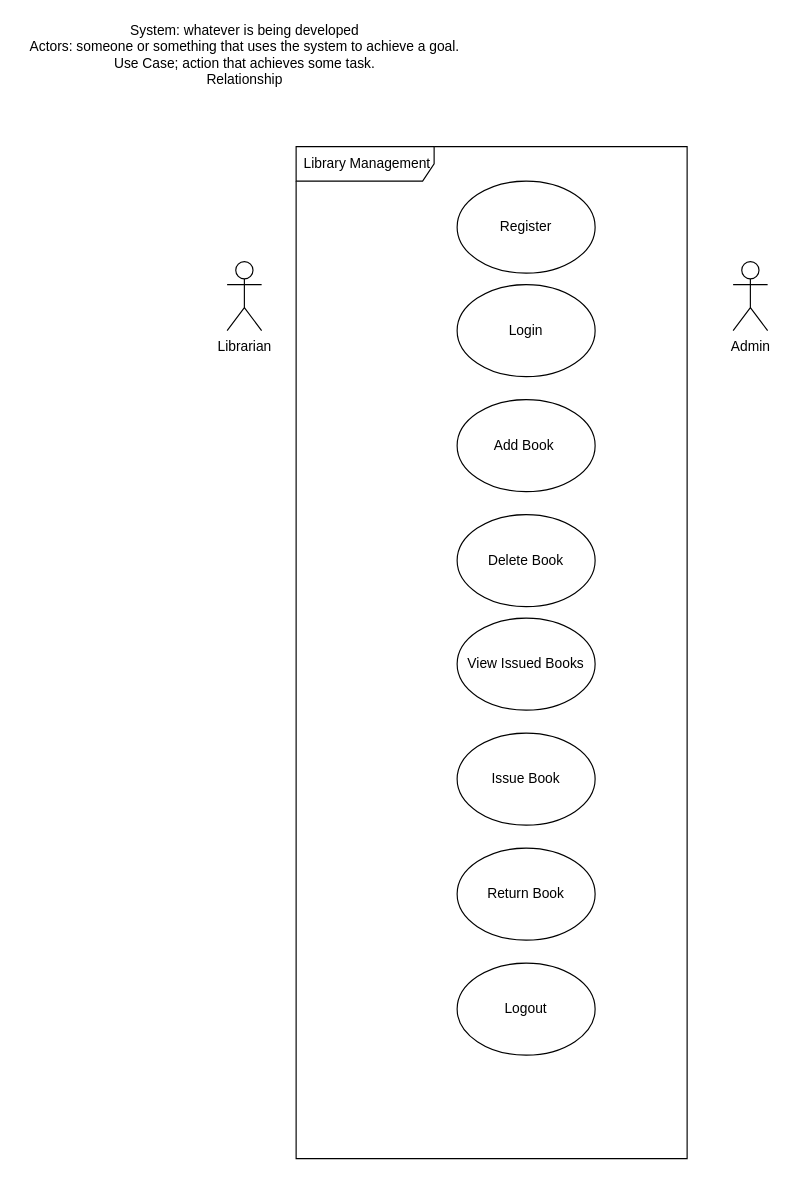
Above: Untitled Diagram.drawio in tummytucker94/Library-Management-Project (draw.io), before the change. Source tidied: cells renumbered, new cells numbered last; positions are measured from the earlier drawing's top-left corner, leaving out a move shared by most shapes. Both pictures are drawn from the tidied source at 115%, with x=0, y=0 at pixel (20, 20).
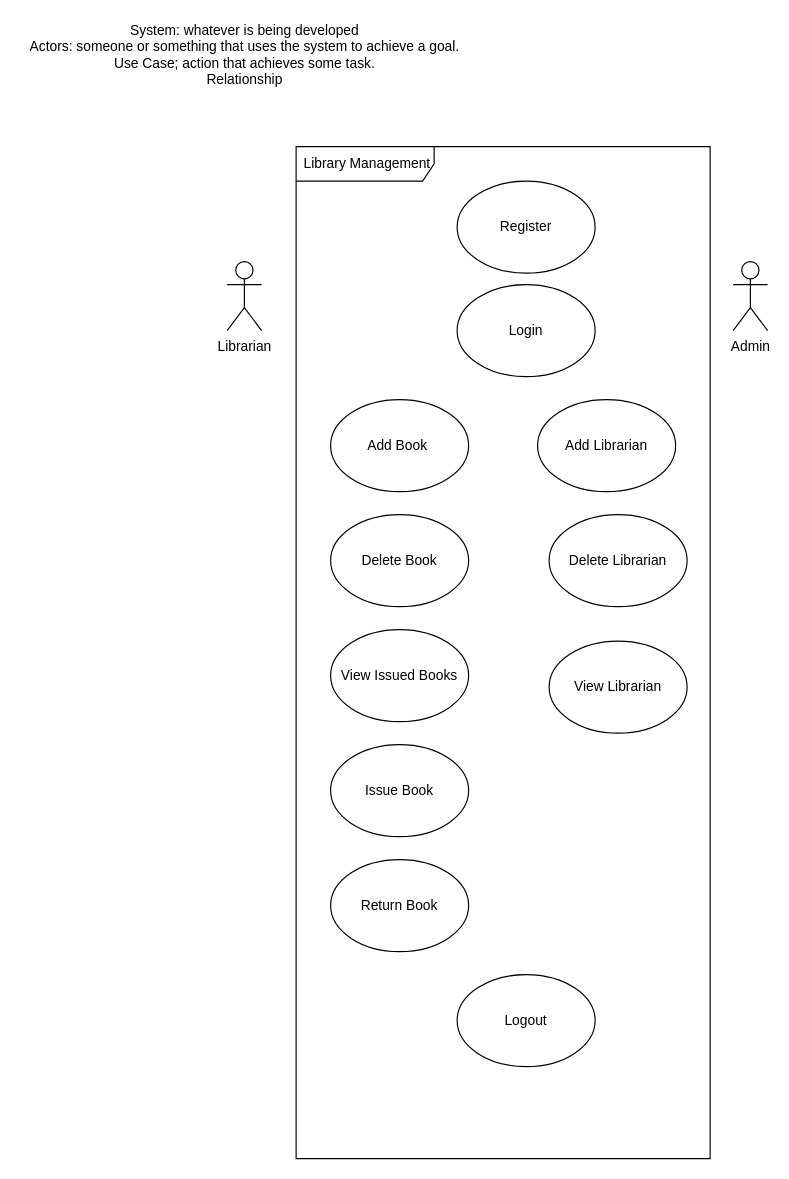
The same page after the edit.

Commit message:
add admin use cases

Diff of the diagram source:
```diff
@@
 <mxGraphModel>
   <root>
     <mxCell id="0" />
     <mxCell id="1" parent="0" />
     <mxCell id="2" value="System: whatever is being developed&lt;br&gt;Actors: someone or something that uses the system to achieve a goal.&lt;br&gt;Use Case; action that achieves some task.&lt;br&gt;Relationship" style="text;html=1;align=center;verticalAlign=middle;strokeColor=none;fillColor=none;" parent="1" vertex="1">
       <mxGeometry width="390" height="60" as="geometry" />
     </mxCell>
     <mxCell id="3" value="Librarian" style="shape=umlActor;verticalLabelPosition=bottom;verticalAlign=top;html=1;" parent="1" vertex="1">
       <mxGeometry x="180" y="210" width="30" height="60" as="geometry" />
     </mxCell>
     <mxCell id="4" value="Library Management" style="shape=umlFrame;whiteSpace=wrap;html=1;width=120;height=30;boundedLbl=1;verticalAlign=middle;align=left;spacingLeft=5;" parent="1" vertex="1">
-      <mxGeometry x="240" y="110" width="340" height="880" as="geometry" />
+      <mxGeometry x="240" y="110" width="360" height="880" as="geometry" />
     </mxCell>
     <mxCell id="5" value="Admin" style="shape=umlActor;verticalLabelPosition=bottom;verticalAlign=top;html=1;" parent="1" vertex="1">
       <mxGeometry x="620" y="210" width="30" height="60" as="geometry" />
     </mxCell>
     <mxCell id="6" value="Register" style="ellipse;whiteSpace=wrap;html=1;" parent="1" vertex="1">
       <mxGeometry x="380" y="140" width="120" height="80" as="geometry" />
     </mxCell>
     <mxCell id="7" value="Login" style="ellipse;whiteSpace=wrap;html=1;" parent="1" vertex="1">
       <mxGeometry x="380" y="230" width="120" height="80" as="geometry" />
     </mxCell>
     <mxCell id="8" value="Add Book&amp;nbsp;" style="ellipse;whiteSpace=wrap;html=1;" parent="1" vertex="1">
-      <mxGeometry x="380" y="330" width="120" height="80" as="geometry" />
+      <mxGeometry x="270" y="330" width="120" height="80" as="geometry" />
     </mxCell>
     <mxCell id="9" value="Delete Book" style="ellipse;whiteSpace=wrap;html=1;" parent="1" vertex="1">
-      <mxGeometry x="380" y="430" width="120" height="80" as="geometry" />
+      <mxGeometry x="270" y="430" width="120" height="80" as="geometry" />
     </mxCell>
     <mxCell id="10" value="View Issued Books" style="ellipse;whiteSpace=wrap;html=1;" parent="1" vertex="1">
-      <mxGeometry x="380" y="520" width="120" height="80" as="geometry" />
+      <mxGeometry x="270" y="530" width="120" height="80" as="geometry" />
     </mxCell>
     <mxCell id="11" value="Issue Book" style="ellipse;whiteSpace=wrap;html=1;" parent="1" vertex="1">
-      <mxGeometry x="380" y="620" width="120" height="80" as="geometry" />
+      <mxGeometry x="270" y="630" width="120" height="80" as="geometry" />
     </mxCell>
     <mxCell id="12" value="Return Book" style="ellipse;whiteSpace=wrap;html=1;" parent="1" vertex="1">
-      <mxGeometry x="380" y="720" width="120" height="80" as="geometry" />
+      <mxGeometry x="270" y="730" width="120" height="80" as="geometry" />
     </mxCell>
     <mxCell id="13" value="Logout" style="ellipse;whiteSpace=wrap;html=1;" parent="1" vertex="1">
-      <mxGeometry x="380" y="820" width="120" height="80" as="geometry" />
+      <mxGeometry x="380" y="830" width="120" height="80" as="geometry" />
     </mxCell>
+    <mxCell id="14" value="Add Librarian" style="ellipse;whiteSpace=wrap;html=1;" parent="1" vertex="1">
+      <mxGeometry x="450" y="330" width="120" height="80" as="geometry" />
+    </mxCell>
+    <mxCell id="15" value="Delete Librarian" style="ellipse;whiteSpace=wrap;html=1;" parent="1" vertex="1">
+      <mxGeometry x="460" y="430" width="120" height="80" as="geometry" />
+    </mxCell>
+    <mxCell id="16" value="View Librarian" style="ellipse;whiteSpace=wrap;html=1;" parent="1" vertex="1">
+      <mxGeometry x="460" y="540" width="120" height="80" as="geometry" />
+    </mxCell>
   </root>
 </mxGraphModel>
```
